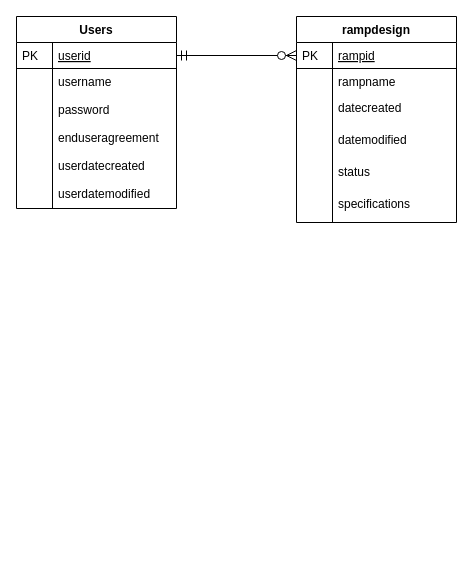
Earlier version of the draw.io diagram ProtoGlyde ER Diagram.drawio (Draemondor/ramp-designer). Source tidied: cells renumbered, new cells numbered last; positions are measured from the earlier drawing's top-left corner, leaving out a move shared by most shapes. Both pictures are drawn from the tidied source at 100%, with x=0, y=0 at pixel (16, 16).
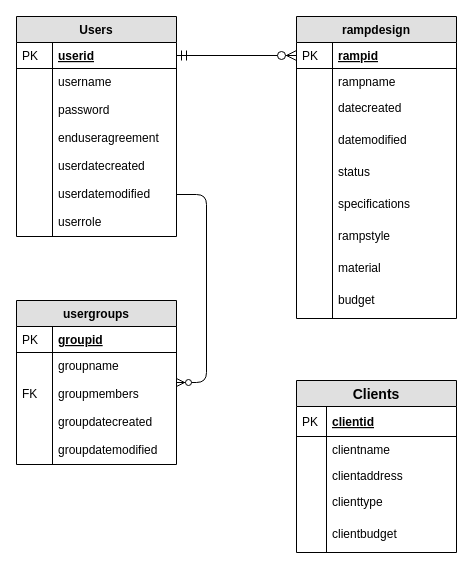
The same page after the edit.

Unchanged cells that the change refers to:
```xml
<mxCell id="13" value="userdatemodified" style="shape=partialRectangle;top=0;left=0;right=0;bottom=0;align=left;verticalAlign=top;fillColor=none;spacingLeft=40;spacingRight=4;overflow=hidden;points=[[0,0.5],[1,0.5]];portConstraint=eastwest;rounded=0;shadow=0;strokeWidth=1;" parent="2" vertex="1">
  <mxGeometry y="164" width="160" height="28" as="geometry" />
</mxCell>
```

Diff of the diagram source:
```diff
@@
-    <mxCell id="2" value="Users" style="swimlane;fontStyle=1;horizontal=1;startSize=26;rounded=0;shadow=0;strokeWidth=1;" parent="1" vertex="1">
-      <mxGeometry width="160" height="192" as="geometry" />
+    <mxCell id="2" value="Users" style="swimlane;fontStyle=1;horizontal=1;startSize=26;rounded=0;shadow=0;strokeWidth=1;fillColor=#E0E0E0;" parent="1" vertex="1">
+      <mxGeometry width="160" height="220" as="geometry" />
     </mxCell>
-    <mxCell id="3" value="userid" style="shape=partialRectangle;top=0;left=0;right=0;bottom=1;align=left;verticalAlign=top;fillColor=none;spacingLeft=40;spacingRight=4;overflow=hidden;points=[[0,0.5],[1,0.5]];portConstraint=eastwest;rounded=0;shadow=0;strokeWidth=1;fontStyle=4;" parent="2" vertex="1">
+    <mxCell id="3" value="userid" style="shape=partialRectangle;top=0;left=0;right=0;bottom=1;align=left;verticalAlign=top;fillColor=none;spacingLeft=40;spacingRight=4;overflow=hidden;points=[[0,0.5],[1,0.5]];portConstraint=eastwest;rounded=0;shadow=0;strokeWidth=1;fontStyle=5;" parent="2" vertex="1">
       <mxGeometry y="26" width="160" height="26" as="geometry" />
     </mxCell>
@@
+    <mxCell id="29" value="userrole" style="shape=partialRectangle;top=0;left=0;right=0;bottom=0;align=left;verticalAlign=top;fillColor=none;spacingLeft=40;spacingRight=4;overflow=hidden;rounded=0;shadow=0;strokeWidth=1;" parent="2" vertex="1">
+      <mxGeometry y="192" width="160" height="28" as="geometry" />
+    </mxCell>
+    <mxCell id="30" style="shape=partialRectangle;top=0;left=0;bottom=0;fillColor=none;align=left;verticalAlign=top;spacingLeft=4;spacingRight=4;overflow=hidden;" parent="29" vertex="1">
+      <mxGeometry width="36" height="28" as="geometry" />
+    </mxCell>
-    <mxCell id="15" value="rampdesign" style="swimlane;fontStyle=1;horizontal=1;startSize=26;rounded=0;shadow=0;strokeWidth=1;" parent="1" vertex="1">
-      <mxGeometry x="280" width="160" height="206" as="geometry" />
+    <mxCell id="15" value="rampdesign" style="swimlane;fontStyle=1;horizontal=1;startSize=26;rounded=0;shadow=0;strokeWidth=1;fillColor=#E0E0E0;" parent="1" vertex="1">
+      <mxGeometry x="280" width="160" height="302" as="geometry" />
     </mxCell>
-    <mxCell id="16" value="rampid" style="shape=partialRectangle;top=0;left=0;right=0;bottom=1;align=left;verticalAlign=top;fillColor=none;spacingLeft=40;spacingRight=4;overflow=hidden;points=[[0,0.5],[1,0.5]];portConstraint=eastwest;rounded=0;shadow=0;strokeWidth=1;fontStyle=4;" parent="15" vertex="1">
+    <mxCell id="16" value="rampid" style="shape=partialRectangle;top=0;left=0;right=0;bottom=1;align=left;verticalAlign=top;fillColor=none;spacingLeft=40;spacingRight=4;overflow=hidden;points=[[0,0.5],[1,0.5]];portConstraint=eastwest;rounded=0;shadow=0;strokeWidth=1;fontStyle=5;" parent="15" vertex="1">
       <mxGeometry y="26" width="160" height="26" as="geometry" />
     </mxCell>
@@
+    <mxCell id="31" value="rampstyle" style="shape=partialRectangle;top=0;left=0;right=0;bottom=0;align=left;verticalAlign=top;fillColor=none;spacingLeft=40;spacingRight=4;overflow=hidden;rounded=0;shadow=0;strokeWidth=1;" parent="15" vertex="1">
+      <mxGeometry y="206" width="160" height="32" as="geometry" />
+    </mxCell>
+    <mxCell id="32" style="shape=partialRectangle;top=0;left=0;bottom=0;fillColor=none;align=left;verticalAlign=top;spacingLeft=4;spacingRight=4;overflow=hidden;" parent="31" vertex="1">
+      <mxGeometry width="36" height="32" as="geometry" />
+    </mxCell>
+    <mxCell id="33" value="material" style="shape=partialRectangle;top=0;left=0;right=0;bottom=0;align=left;verticalAlign=top;fillColor=none;spacingLeft=40;spacingRight=4;overflow=hidden;rounded=0;shadow=0;strokeWidth=1;" parent="15" vertex="1">
+      <mxGeometry y="238" width="160" height="32" as="geometry" />
+    </mxCell>
+    <mxCell id="34" style="shape=partialRectangle;top=0;left=0;bottom=0;fillColor=none;align=left;verticalAlign=top;spacingLeft=4;spacingRight=4;overflow=hidden;" parent="33" vertex="1">
+      <mxGeometry width="36" height="32" as="geometry" />
+    </mxCell>
+    <mxCell id="35" value="budget" style="shape=partialRectangle;top=0;left=0;right=0;bottom=0;align=left;verticalAlign=top;fillColor=none;spacingLeft=40;spacingRight=4;overflow=hidden;rounded=0;shadow=0;strokeWidth=1;" parent="15" vertex="1">
+      <mxGeometry y="270" width="160" height="32" as="geometry" />
+    </mxCell>
+    <mxCell id="36" style="shape=partialRectangle;top=0;left=0;bottom=0;fillColor=none;align=left;verticalAlign=top;spacingLeft=4;spacingRight=4;overflow=hidden;" parent="35" vertex="1">
+      <mxGeometry width="36" height="32" as="geometry" />
+    </mxCell>
@@
+    <mxCell id="37" value="usergroups" style="swimlane;fontStyle=1;horizontal=1;startSize=26;rounded=0;shadow=0;strokeWidth=1;labelBackgroundColor=none;fillColor=#E0E0E0;" parent="1" vertex="1">
+      <mxGeometry y="284" width="160" height="164" as="geometry" />
+    </mxCell>
+    <mxCell id="38" value="groupid" style="shape=partialRectangle;top=0;left=0;right=0;bottom=1;align=left;verticalAlign=top;fillColor=none;spacingLeft=40;spacingRight=4;overflow=hidden;rounded=0;shadow=0;strokeWidth=1;fontStyle=5;" parent="37" vertex="1">
+      <mxGeometry y="26" width="160" height="26" as="geometry" />
+    </mxCell>
+    <mxCell id="39" value="PK" style="shape=partialRectangle;top=0;left=0;bottom=0;fillColor=none;align=left;verticalAlign=top;spacingLeft=4;spacingRight=4;overflow=hidden;" parent="38" vertex="1">
+      <mxGeometry width="36" height="26" as="geometry" />
+    </mxCell>
+    <mxCell id="40" value="groupname" style="shape=partialRectangle;top=0;left=0;right=0;bottom=0;align=left;verticalAlign=top;fillColor=none;spacingLeft=40;spacingRight=4;overflow=hidden;rounded=0;shadow=0;strokeWidth=1;" parent="37" vertex="1">
+      <mxGeometry y="52" width="160" height="28" as="geometry" />
+    </mxCell>
+    <mxCell id="41" style="shape=partialRectangle;top=0;left=0;bottom=0;fillColor=none;align=left;verticalAlign=top;spacingLeft=4;spacingRight=4;overflow=hidden;" parent="40" vertex="1">
+      <mxGeometry width="36" height="28" as="geometry" />
+    </mxCell>
+    <mxCell id="42" value="groupmembers" style="shape=partialRectangle;top=0;left=0;right=0;bottom=0;align=left;verticalAlign=top;fillColor=none;spacingLeft=40;spacingRight=4;overflow=hidden;rounded=0;shadow=0;strokeWidth=1;" parent="37" vertex="1">
+      <mxGeometry y="80" width="160" height="28" as="geometry" />
+    </mxCell>
+    <mxCell id="43" value="FK" style="shape=partialRectangle;top=0;left=0;bottom=0;fillColor=none;align=left;verticalAlign=top;spacingLeft=4;spacingRight=4;overflow=hidden;" parent="42" vertex="1">
+      <mxGeometry width="36" height="28" as="geometry" />
+    </mxCell>
+    <mxCell id="44" value="groupdatecreated" style="shape=partialRectangle;top=0;left=0;right=0;bottom=0;align=left;verticalAlign=top;fillColor=none;spacingLeft=40;spacingRight=4;overflow=hidden;rounded=0;shadow=0;strokeWidth=1;" parent="37" vertex="1">
+      <mxGeometry y="108" width="160" height="28" as="geometry" />
+    </mxCell>
+    <mxCell id="45" style="shape=partialRectangle;top=0;left=0;bottom=0;fillColor=none;align=left;verticalAlign=top;spacingLeft=4;spacingRight=4;overflow=hidden;" parent="44" vertex="1">
+      <mxGeometry width="36" height="28" as="geometry" />
+    </mxCell>
+    <mxCell id="46" value="groupdatemodified" style="shape=partialRectangle;top=0;left=0;right=0;bottom=0;align=left;verticalAlign=top;fillColor=none;spacingLeft=40;spacingRight=4;overflow=hidden;rounded=0;shadow=0;strokeWidth=1;" parent="37" vertex="1">
+      <mxGeometry y="136" width="160" height="28" as="geometry" />
+    </mxCell>
+    <mxCell id="47" style="shape=partialRectangle;top=0;left=0;bottom=0;fillColor=none;align=left;verticalAlign=top;spacingLeft=4;spacingRight=4;overflow=hidden;" parent="46" vertex="1">
+      <mxGeometry width="36" height="28" as="geometry" />
+    </mxCell>
+    <mxCell id="48" style="edgeStyle=entityRelationEdgeStyle;fontSize=12;html=1;endArrow=ERzeroToMany;endFill=1;" parent="1" edge="1" source="13" target="37">
+      <mxGeometry relative="1" as="geometry" />
+    </mxCell>
+    <mxCell id="49" value="Clients" style="swimlane;fontStyle=1;horizontal=1;startSize=26;fillColor=#e0e0e0;swimlaneFillColor=#ffffff;align=center;fontSize=14;" parent="1" vertex="1">
+      <mxGeometry x="280" y="364" width="160" height="172" as="geometry" />
+    </mxCell>
+    <mxCell id="50" value="clientid" style="shape=partialRectangle;top=0;left=0;right=0;bottom=1;align=left;verticalAlign=middle;fillColor=none;spacingLeft=34;spacingRight=4;overflow=hidden;fontStyle=5;fontSize=12;" parent="49" vertex="1">
+      <mxGeometry y="26" width="160" height="30" as="geometry" />
+    </mxCell>
+    <mxCell id="51" value="PK" style="shape=partialRectangle;top=0;left=0;bottom=0;fillColor=none;align=left;verticalAlign=middle;spacingLeft=4;spacingRight=4;overflow=hidden;fontSize=12;" parent="50" vertex="1">
+      <mxGeometry width="30" height="30" as="geometry" />
+    </mxCell>
+    <mxCell id="52" value="clientname" style="shape=partialRectangle;top=0;left=0;right=0;bottom=0;align=left;verticalAlign=top;fillColor=none;spacingLeft=34;spacingRight=4;overflow=hidden;fontSize=12;" parent="49" vertex="1">
+      <mxGeometry y="56" width="160" height="26" as="geometry" />
+    </mxCell>
+    <mxCell id="53" style="shape=partialRectangle;top=0;left=0;bottom=0;fillColor=none;align=left;verticalAlign=top;spacingLeft=4;spacingRight=4;overflow=hidden;fontSize=12;" parent="52" vertex="1">
+      <mxGeometry width="30" height="26" as="geometry" />
+    </mxCell>
+    <mxCell id="54" value="clientaddress" style="shape=partialRectangle;top=0;left=0;right=0;bottom=0;align=left;verticalAlign=top;fillColor=none;spacingLeft=34;spacingRight=4;overflow=hidden;fontSize=12;" parent="49" vertex="1">
+      <mxGeometry y="82" width="160" height="26" as="geometry" />
+    </mxCell>
+    <mxCell id="55" style="shape=partialRectangle;top=0;left=0;bottom=0;fillColor=none;align=left;verticalAlign=top;spacingLeft=4;spacingRight=4;overflow=hidden;fontSize=12;" parent="54" vertex="1">
+      <mxGeometry width="30" height="26" as="geometry" />
+    </mxCell>
+    <mxCell id="56" value="clienttype" style="shape=partialRectangle;top=0;left=0;right=0;bottom=0;align=left;verticalAlign=top;fillColor=none;spacingLeft=34;spacingRight=4;overflow=hidden;fontSize=12;" parent="49" vertex="1">
+      <mxGeometry y="108" width="160" height="32" as="geometry" />
+    </mxCell>
+    <mxCell id="57" style="shape=partialRectangle;top=0;left=0;bottom=0;fillColor=none;align=left;verticalAlign=top;spacingLeft=4;spacingRight=4;overflow=hidden;fontSize=12;" parent="56" vertex="1">
+      <mxGeometry width="30" height="32" as="geometry" />
+    </mxCell>
+    <mxCell id="58" value="clientbudget" style="shape=partialRectangle;top=0;left=0;right=0;bottom=0;align=left;verticalAlign=top;fillColor=none;spacingLeft=34;spacingRight=4;overflow=hidden;fontSize=12;" parent="49" vertex="1">
+      <mxGeometry y="140" width="160" height="32" as="geometry" />
+    </mxCell>
+    <mxCell id="59" style="shape=partialRectangle;top=0;left=0;bottom=0;fillColor=none;align=left;verticalAlign=top;spacingLeft=4;spacingRight=4;overflow=hidden;fontSize=12;" parent="58" vertex="1">
+      <mxGeometry width="30" height="32" as="geometry" />
+    </mxCell>
```
